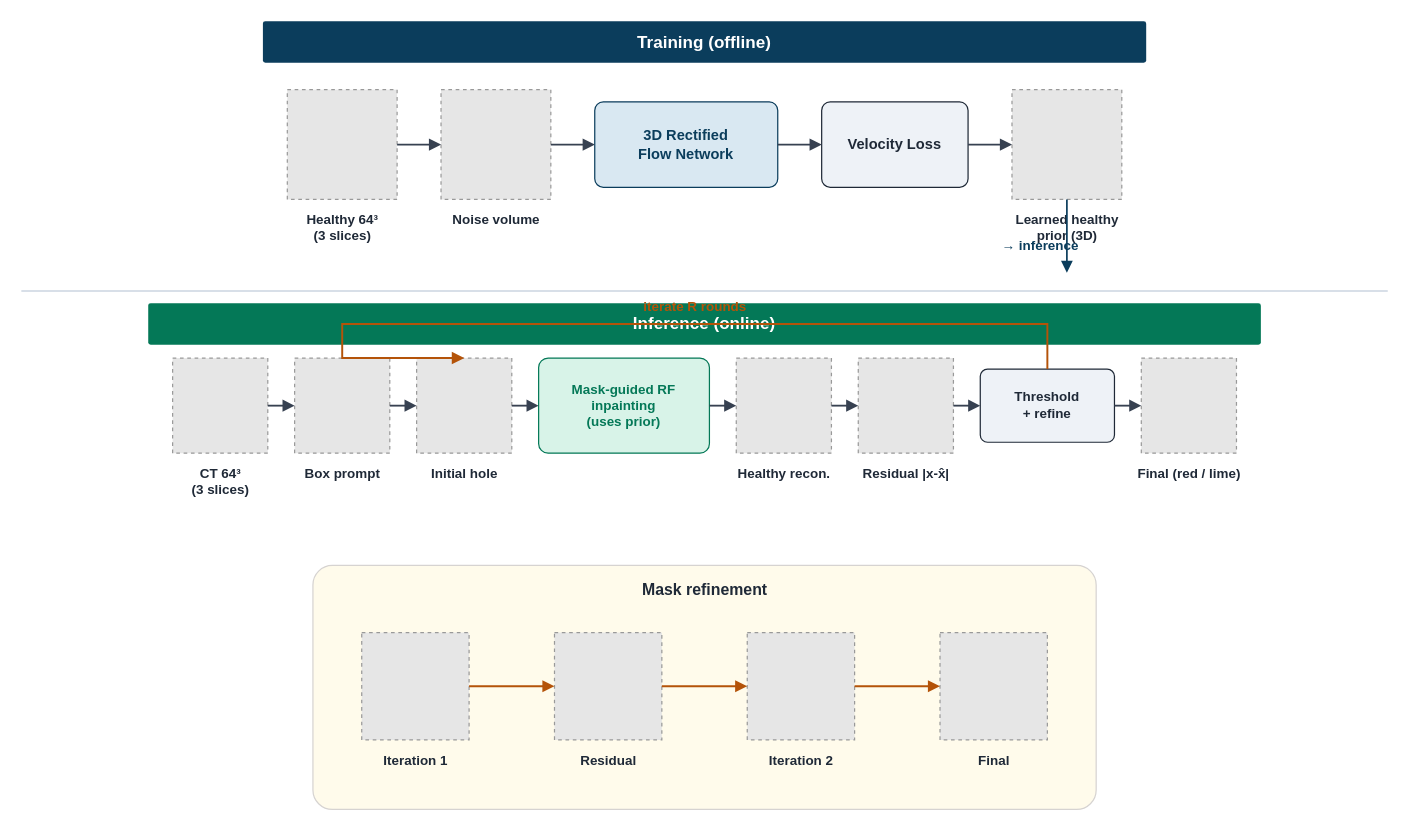
Hojat-Asgariandehkordi/Hojjat-AAAI-2027 keeps this draw.io diagram as figures/bakeoff/method_overview/fig_method_overview_2.drawio. Above is the earlier version. Source tidied: cells renumbered, new cells numbered last; positions are measured from the earlier drawing's top-left corner, leaving out a move shared by most shapes. Both pictures are drawn from the tidied source at 122%, with x=0, y=0 at pixel (21, 21). Pictures stored in the file or linked from it are replaced by grey dashed boxes.
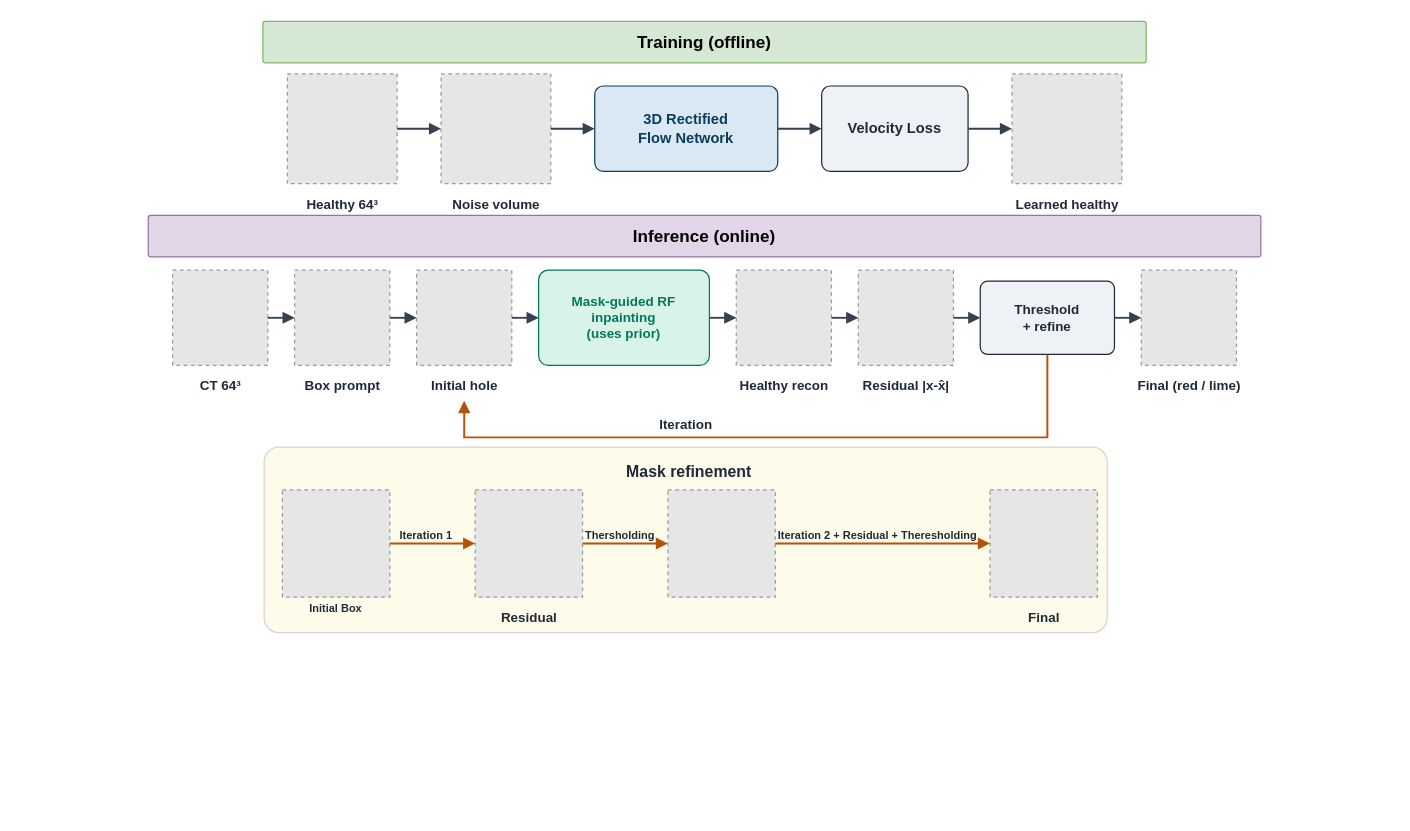
After the change.

Commit message:
Update method-overview Draw.io source.

The edit, as a diff of the source:
```diff
@@
-    <mxCell id="2" value="Training  (offline)" style="rounded=1;whiteSpace=wrap;html=1;fillColor=#0B3D5C;strokeColor=none;fontColor=#FFFFFF;fontSize=14;fontStyle=1;align=center;verticalAlign=middle;arcSize=6;" parent="1" vertex="1">
+    <mxCell id="2" value="Training  (offline)" style="rounded=1;whiteSpace=wrap;html=1;fillColor=#d5e8d4;strokeColor=#82b366;fontSize=14;fontStyle=1;align=center;verticalAlign=middle;arcSize=6;" parent="1" vertex="1">
       <mxGeometry x="198" width="724" height="34" as="geometry" />
     </mxCell>
-    <mxCell id="3" value="Healthy 64³&#10;(3 slices)" style="fillColor=#E6E6E6;strokeColor=#999999;dashed=1;html=1;verticalLabelPosition=bottom;verticalAlign=top;fontSize=11;fontStyle=1;fontColor=#1F2937;spacingTop=4;" parent="1" vertex="1">
-      <mxGeometry x="218" y="56" width="90" height="90" as="geometry" />
+    <mxCell id="3" value="Healthy 64³" style="fillColor=#E6E6E6;strokeColor=#999999;dashed=1;html=1;verticalLabelPosition=bottom;verticalAlign=top;fontSize=11;fontStyle=1;fontColor=#1F2937;spacingTop=4;" parent="1" vertex="1">
+      <mxGeometry x="218" y="43" width="90" height="90" as="geometry" />
     </mxCell>
     <mxCell id="4" value="Noise volume" style="fillColor=#E6E6E6;strokeColor=#999999;dashed=1;html=1;verticalLabelPosition=bottom;verticalAlign=top;fontSize=11;fontStyle=1;fontColor=#1F2937;spacingTop=4;" parent="1" vertex="1">
-      <mxGeometry x="344" y="56" width="90" height="90" as="geometry" />
+      <mxGeometry x="344" y="43" width="90" height="90" as="geometry" />
     </mxCell>
     <mxCell id="5" value="3D Rectified&#10;Flow Network" style="rounded=1;whiteSpace=wrap;html=1;fillColor=#D9E8F2;strokeColor=#0B3D5C;fontColor=#0B3D5C;fontSize=12;fontStyle=1;align=center;verticalAlign=middle;arcSize=10;" parent="1" vertex="1">
-      <mxGeometry x="470" y="66" width="150" height="70" as="geometry" />
+      <mxGeometry x="470" y="53" width="150" height="70" as="geometry" />
     </mxCell>
     <mxCell id="6" value="Velocity Loss" style="rounded=1;whiteSpace=wrap;html=1;fillColor=#EEF2F7;strokeColor=#1F2937;fontColor=#1F2937;fontSize=12;fontStyle=1;align=center;verticalAlign=middle;arcSize=10;" parent="1" vertex="1">
-      <mxGeometry x="656" y="66" width="120" height="70" as="geometry" />
+      <mxGeometry x="656" y="53" width="120" height="70" as="geometry" />
     </mxCell>
-    <mxCell id="7" value="Learned healthy&#10;prior (3D)" style="fillColor=#E6E6E6;strokeColor=#999999;dashed=1;html=1;verticalLabelPosition=bottom;verticalAlign=top;fontSize=11;fontStyle=1;fontColor=#1F2937;spacingTop=4;" parent="1" vertex="1">
-      <mxGeometry x="812" y="56" width="90" height="90" as="geometry" />
+    <mxCell id="7" value="Learned healthy" style="fillColor=#E6E6E6;strokeColor=#999999;dashed=1;html=1;verticalLabelPosition=bottom;verticalAlign=top;fontSize=11;fontStyle=1;fontColor=#1F2937;spacingTop=4;" parent="1" vertex="1">
+      <mxGeometry x="812" y="43" width="90" height="90" as="geometry" />
     </mxCell>
@@
-    <mxCell id="12" value="→ inference" style="text;html=1;strokeColor=none;fillColor=none;align=left;verticalAlign=middle;fontSize=11;fontStyle=1;fontColor=#0B3D5C;" parent="1" vertex="1">
-      <mxGeometry x="802" y="174" width="100" height="20" as="geometry" />
-    </mxCell>
-    <mxCell id="13" style="endArrow=block;endFill=1;strokeColor=#0B3D5C;strokeWidth=1.4;html=1;" parent="1" edge="1" source="7">
-      <mxGeometry relative="1" as="geometry">
-        <mxPoint x="857" y="206" as="targetPoint" />
-      </mxGeometry>
-    </mxCell>
-    <mxCell id="14" style="line;strokeWidth=1.2;strokeColor=#CBD5E1;" parent="1" vertex="1">
-      <mxGeometry y="216" width="1120" height="10" as="geometry" />
-    </mxCell>
-    <mxCell id="15" value="Inference  (online)" style="rounded=1;whiteSpace=wrap;html=1;fillColor=#047857;strokeColor=none;fontColor=#FFFFFF;fontSize=14;fontStyle=1;align=center;verticalAlign=middle;arcSize=6;" parent="1" vertex="1">
-      <mxGeometry x="104" y="231" width="912" height="34" as="geometry" />
+    <mxCell id="15" value="Inference  (online)" style="rounded=1;whiteSpace=wrap;html=1;fillColor=#e1d5e7;strokeColor=#9673a6;fontSize=14;fontStyle=1;align=center;verticalAlign=middle;arcSize=6;" parent="1" vertex="1">
+      <mxGeometry x="104" y="159" width="912" height="34" as="geometry" />
     </mxCell>
-    <mxCell id="16" value="CT 64³&#10;(3 slices)" style="fillColor=#E6E6E6;strokeColor=#999999;dashed=1;html=1;verticalLabelPosition=bottom;verticalAlign=top;fontSize=11;fontStyle=1;fontColor=#1F2937;spacingTop=4;" parent="1" vertex="1">
-      <mxGeometry x="124" y="276" width="78" height="78" as="geometry" />
+    <mxCell id="16" value="CT 64³&lt;div&gt;&lt;br/&gt;&lt;/div&gt;" style="fillColor=#E6E6E6;strokeColor=#999999;dashed=1;html=1;verticalLabelPosition=bottom;verticalAlign=top;fontSize=11;fontStyle=1;fontColor=#1F2937;spacingTop=4;" parent="1" vertex="1">
+      <mxGeometry x="124" y="204" width="78" height="78" as="geometry" />
     </mxCell>
     <mxCell id="17" value="Box prompt" style="fillColor=#E6E6E6;strokeColor=#999999;dashed=1;html=1;verticalLabelPosition=bottom;verticalAlign=top;fontSize=11;fontStyle=1;fontColor=#1F2937;spacingTop=4;" parent="1" vertex="1">
-      <mxGeometry x="224" y="276" width="78" height="78" as="geometry" />
+      <mxGeometry x="224" y="204" width="78" height="78" as="geometry" />
     </mxCell>
     <mxCell id="18" value="Initial hole" style="fillColor=#E6E6E6;strokeColor=#999999;dashed=1;html=1;verticalLabelPosition=bottom;verticalAlign=top;fontSize=11;fontStyle=1;fontColor=#1F2937;spacingTop=4;" parent="1" vertex="1">
-      <mxGeometry x="324" y="276" width="78" height="78" as="geometry" />
+      <mxGeometry x="324" y="204" width="78" height="78" as="geometry" />
     </mxCell>
     <mxCell id="19" value="Mask-guided RF&#10;inpainting&#10;(uses prior)" style="rounded=1;whiteSpace=wrap;html=1;fillColor=#D8F3E8;strokeColor=#047857;fontColor=#047857;fontSize=11;fontStyle=1;align=center;verticalAlign=middle;arcSize=10;" parent="1" vertex="1">
-      <mxGeometry x="424" y="276" width="140" height="78" as="geometry" />
+      <mxGeometry x="424" y="204" width="140" height="78" as="geometry" />
     </mxCell>
-    <mxCell id="20" value="Healthy recon." style="fillColor=#E6E6E6;strokeColor=#999999;dashed=1;html=1;verticalLabelPosition=bottom;verticalAlign=top;fontSize=11;fontStyle=1;fontColor=#1F2937;spacingTop=4;" parent="1" vertex="1">
-      <mxGeometry x="586" y="276" width="78" height="78" as="geometry" />
+    <mxCell id="20" value="Healthy recon" style="fillColor=#E6E6E6;strokeColor=#999999;dashed=1;html=1;verticalLabelPosition=bottom;verticalAlign=top;fontSize=11;fontStyle=1;fontColor=#1F2937;spacingTop=4;" parent="1" vertex="1">
+      <mxGeometry x="586" y="204" width="78" height="78" as="geometry" />
     </mxCell>
     <mxCell id="21" value="Residual |x-x̂|" style="fillColor=#E6E6E6;strokeColor=#999999;dashed=1;html=1;verticalLabelPosition=bottom;verticalAlign=top;fontSize=11;fontStyle=1;fontColor=#1F2937;spacingTop=4;" parent="1" vertex="1">
-      <mxGeometry x="686" y="276" width="78" height="78" as="geometry" />
+      <mxGeometry x="686" y="204" width="78" height="78" as="geometry" />
     </mxCell>
     <mxCell id="22" value="Threshold&#10;+ refine" style="rounded=1;whiteSpace=wrap;html=1;fillColor=#EEF2F7;strokeColor=#1F2937;fontColor=#1F2937;fontSize=11;fontStyle=1;align=center;verticalAlign=middle;arcSize=10;" parent="1" vertex="1">
-      <mxGeometry x="786" y="285" width="110" height="60" as="geometry" />
+      <mxGeometry x="786" y="213" width="110" height="60" as="geometry" />
     </mxCell>
     <mxCell id="23" value="Final (red / lime)" style="fillColor=#E6E6E6;strokeColor=#999999;dashed=1;html=1;verticalLabelPosition=bottom;verticalAlign=top;fontSize=11;fontStyle=1;fontColor=#1F2937;spacingTop=4;" parent="1" vertex="1">
-      <mxGeometry x="918" y="276" width="78" height="78" as="geometry" />
+      <mxGeometry x="918" y="204" width="78" height="78" as="geometry" />
     </mxCell>
@@
-    <mxCell id="31" style="edgeStyle=orthogonalEdgeStyle;rounded=0;jettySize=auto;html=1;endArrow=block;endFill=1;strokeColor=#B45309;strokeWidth=1.6;exitX=0.5;exitY=0;exitDx=0;exitDy=0;entryX=0.5;entryY=0;entryDx=0;entryDy=0;" parent="1" edge="1" source="22" target="18">
+    <mxCell id="31" style="edgeStyle=orthogonalEdgeStyle;rounded=0;jettySize=auto;html=1;endArrow=block;endFill=1;strokeColor=#B45309;strokeWidth=1.6;exitX=0.5;exitY=1;exitDx=0;exitDy=0;" parent="1" edge="1" source="22">
       <mxGeometry relative="1" as="geometry">
+        <mxPoint x="363" y="311" as="targetPoint" />
         <Array as="points">
-          <mxPoint x="841" y="248" />
-          <mxPoint x="263" y="248" />
+          <mxPoint x="841" y="341" />
+          <mxPoint x="363" y="341" />
         </Array>
       </mxGeometry>
     </mxCell>
-    <mxCell id="32" value="iterate R rounds" style="text;html=1;strokeColor=none;fillColor=none;align=center;verticalAlign=middle;fontSize=11;fontStyle=1;fontColor=#B45309;" parent="1" vertex="1">
-      <mxGeometry x="472" y="224" width="160" height="20" as="geometry" />
-    </mxCell>
     <mxCell id="33" style="rounded=1;whiteSpace=wrap;html=1;fillColor=#FFFBEB;strokeColor=#D6D3D1;arcSize=8;" parent="1" vertex="1">
-      <mxGeometry x="239" y="446" width="642" height="200" as="geometry" />
+      <mxGeometry x="199" y="349" width="691" height="152" as="geometry" />
     </mxCell>
     <mxCell id="34" value="Mask refinement" style="text;html=1;strokeColor=none;fillColor=none;align=center;verticalAlign=middle;fontSize=13;fontStyle=1;fontColor=#1F2937;" parent="1" vertex="1">
-      <mxGeometry x="239" y="454" width="642" height="24" as="geometry" />
+      <mxGeometry x="226" y="357" width="642" height="24" as="geometry" />
     </mxCell>
-    <mxCell id="35" value="Iteration 1" style="fillColor=#E6E6E6;strokeColor=#999999;dashed=1;html=1;verticalLabelPosition=bottom;verticalAlign=top;fontSize=11;fontStyle=1;fontColor=#1F2937;spacingTop=4;" parent="1" vertex="1">
-      <mxGeometry x="279" y="501" width="88" height="88" as="geometry" />
+    <mxCell id="35" style="fillColor=#E6E6E6;strokeColor=#999999;dashed=1;html=1;verticalLabelPosition=bottom;verticalAlign=top;fontSize=11;fontStyle=1;fontColor=#1F2937;spacingTop=4;" parent="1" vertex="1">
+      <mxGeometry x="214" y="384" width="88" height="88" as="geometry" />
     </mxCell>
     <mxCell id="36" value="Residual" style="fillColor=#E6E6E6;strokeColor=#999999;dashed=1;html=1;verticalLabelPosition=bottom;verticalAlign=top;fontSize=11;fontStyle=1;fontColor=#1F2937;spacingTop=4;" parent="1" vertex="1">
-      <mxGeometry x="437" y="501" width="88" height="88" as="geometry" />
+      <mxGeometry x="372" y="384" width="88" height="88" as="geometry" />
     </mxCell>
-    <mxCell id="37" value="Iteration 2" style="fillColor=#E6E6E6;strokeColor=#999999;dashed=1;html=1;verticalLabelPosition=bottom;verticalAlign=top;fontSize=11;fontStyle=1;fontColor=#1F2937;spacingTop=4;" parent="1" vertex="1">
-      <mxGeometry x="595" y="501" width="88" height="88" as="geometry" />
+    <mxCell id="37" style="fillColor=#E6E6E6;strokeColor=#999999;dashed=1;html=1;verticalLabelPosition=bottom;verticalAlign=top;fontSize=11;fontStyle=1;fontColor=#1F2937;spacingTop=4;" parent="1" vertex="1">
+      <mxGeometry x="530" y="384" width="88" height="88" as="geometry" />
     </mxCell>
     <mxCell id="38" value="Final" style="fillColor=#E6E6E6;strokeColor=#999999;dashed=1;html=1;verticalLabelPosition=bottom;verticalAlign=top;fontSize=11;fontStyle=1;fontColor=#1F2937;spacingTop=4;" parent="1" vertex="1">
-      <mxGeometry x="753" y="501" width="88" height="88" as="geometry" />
+      <mxGeometry x="794" y="384" width="88" height="88" as="geometry" />
     </mxCell>
@@
+    <mxCell id="42" value="&lt;span style=&quot;color: rgb(31, 41, 55); font-weight: 700; white-space: nowrap;&quot;&gt;&lt;font style=&quot;font-size: 9px;&quot;&gt;Thersholding&lt;/font&gt;&lt;/span&gt;" style="text;html=1;whiteSpace=wrap;strokeColor=none;fillColor=none;align=center;verticalAlign=middle;rounded=0;" parent="1" vertex="1">
+      <mxGeometry x="461" y="406" width="60" height="30" as="geometry" />
+    </mxCell>
+    <mxCell id="43" value="&lt;span style=&quot;color: rgb(31, 41, 55); font-weight: 700; white-space: nowrap;&quot;&gt;&lt;font style=&quot;font-size: 9px;&quot;&gt;Iteration 2 + Residual + Theresholding&lt;/font&gt;&lt;/span&gt;" style="text;html=1;whiteSpace=wrap;strokeColor=none;fillColor=none;align=center;verticalAlign=middle;rounded=0;" parent="1" vertex="1">
+      <mxGeometry x="672" y="406" width="60" height="30" as="geometry" />
+    </mxCell>
+    <mxCell id="44" value="&lt;span style=&quot;color: rgb(31, 41, 55); font-weight: 700; white-space: nowrap;&quot;&gt;&lt;font style=&quot;font-size: 9px;&quot;&gt;Initial Box&lt;/font&gt;&lt;/span&gt;" style="text;html=1;whiteSpace=wrap;strokeColor=none;fillColor=none;align=center;verticalAlign=middle;rounded=0;" parent="1" vertex="1">
+      <mxGeometry x="228" y="466" width="60" height="30" as="geometry" />
+    </mxCell>
+    <mxCell id="45" value="&lt;span style=&quot;color: rgb(31, 41, 55); font-weight: 700; white-space: nowrap;&quot;&gt;&lt;font style=&quot;font-size: 9px;&quot;&gt;Iteration 1&lt;/font&gt;&lt;/span&gt;" style="text;html=1;whiteSpace=wrap;strokeColor=none;fillColor=none;align=center;verticalAlign=middle;rounded=0;" parent="1" vertex="1">
+      <mxGeometry x="302" y="406" width="60" height="30" as="geometry" />
+    </mxCell>
+    <mxCell id="46" value="&lt;span style=&quot;color: rgb(31, 41, 55); font-weight: 700; white-space: nowrap;&quot;&gt;&lt;font style=&quot;font-size: 11px;&quot;&gt;Iteration&lt;/font&gt;&lt;/span&gt;" style="text;html=1;whiteSpace=wrap;strokeColor=none;fillColor=none;align=center;verticalAlign=middle;rounded=0;" parent="1" vertex="1">
+      <mxGeometry x="515" y="316" width="60" height="30" as="geometry" />
+    </mxCell>
```
